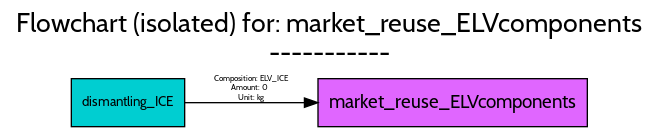
Above: src/examples/ELV/figures/flowcharts/processes/png/market_reuse_ELVcomponents.png in FutuRaM-Project/Recovery-Model (Graphviz), before the change. Its source is kept beside it as src/examples/ELV/figures/flowcharts/processes/dot/market_reuse_ELVcomponents.dot.
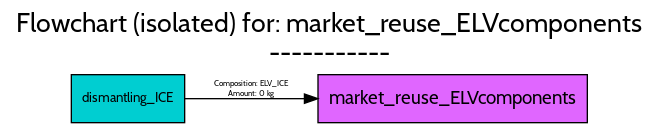
After the change.

The edit, as a diff of the source:
```diff
@@ -1,5 +1,5 @@
 digraph {
-	graph [bb="0,0,486,91",
+	graph [bb="0,0,486,88",
 		font=Cabin,
 		fontname=Cabin,
 		fontsize=20,
@@ -8,7 +8,7 @@
 		labeljust=c,
 		labelloc=tc,
 		lheight=0.61,
-		lp="243,65",
+		lp="243,62",
 		lwidth=6.53,
 		nodesep=0.6,
 		rankdir=LR,
@@ -35,8 +35,7 @@
 		fontname=Cabin,
 		fontsize=6,
 		label="Composition: ELV_ICE
-Amount: 0
-Unit: kg",
-		lp="184.5,28.5",
+Amount: 0 kg",
+		lp="184.5,25",
 		pos="e,234.33,18 134.52,18 159.34,18 192.16,18 224.03,18"];
 }
```
